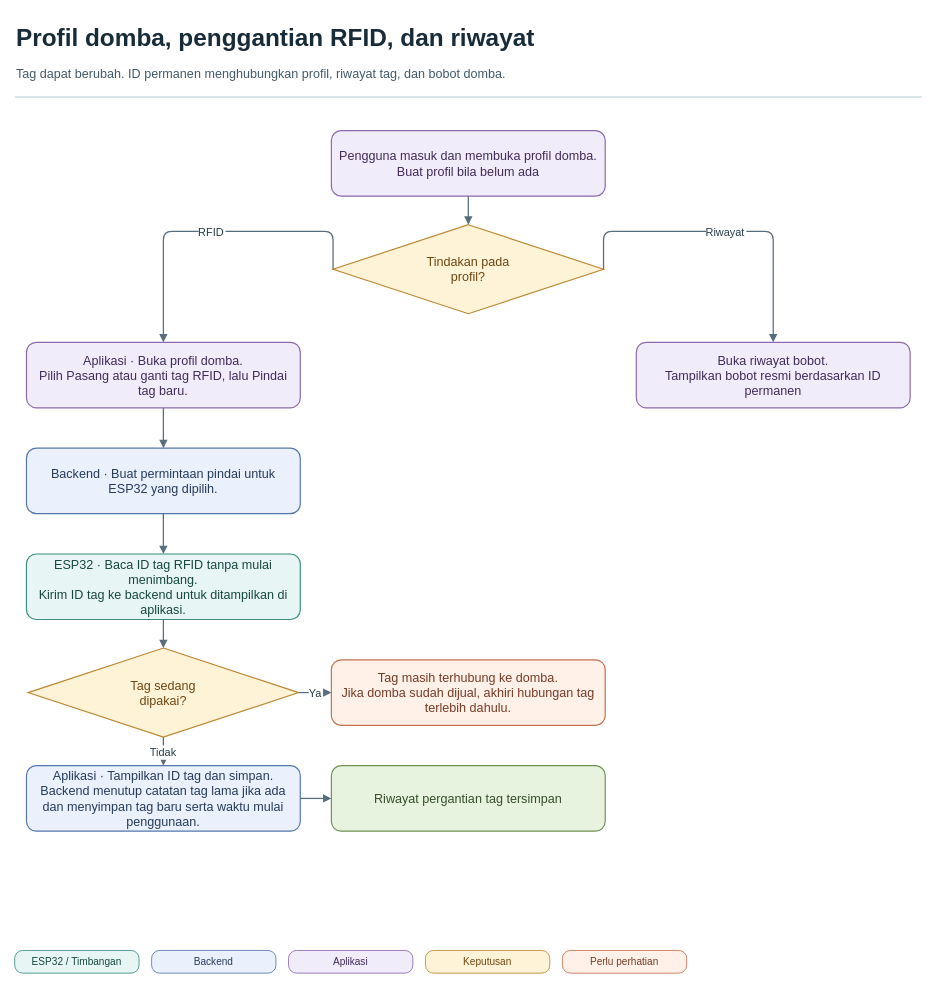
Earlier version of the draw.io diagram page "04 · Pencatatan domba" (4 of 4) of docs/sheep-weighing-flow.drawio (MuhamadHafizSaputra/final-task-hafiz). Source tidied: cells renumbered, new cells numbered last; positions are measured from the earlier drawing's top-left corner, leaving out a move shared by most shapes. Both pictures are drawn from the tidied source at 84%, with x=0, y=0 at pixel (14, 14).
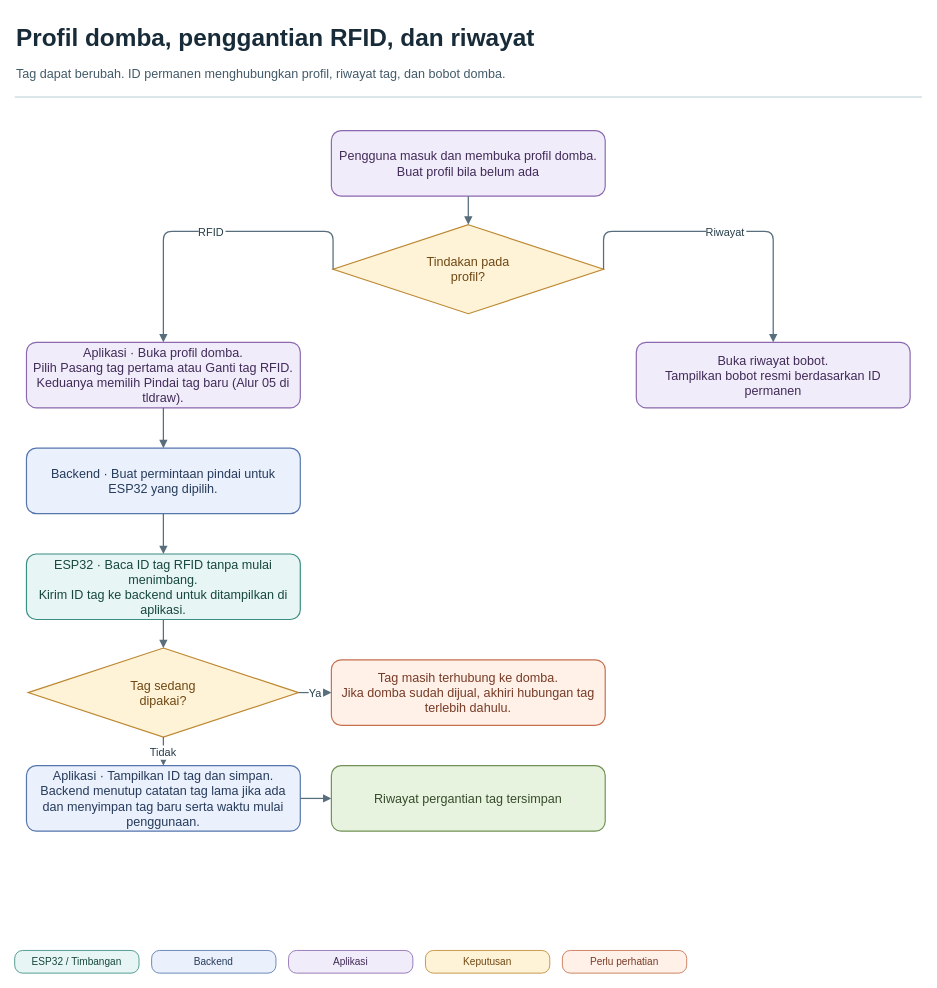
The same page after the edit.

Diff of the diagram source:
```diff
@@
-    <mxCell id="12" value="Aplikasi · Buka profil domba.&#10;Pilih Pasang atau ganti tag RFID, lalu Pindai tag baru." style="rounded=1;arcSize=15;whiteSpace=wrap;html=0;align=center;verticalAlign=middle;fontFamily=Arial;fontSize=15;spacing=7;fillColor=#F1ECFA;strokeColor=#8B68AF;strokeWidth=1.4;fontColor=#402B58;" parent="1" vertex="1">
+    <mxCell id="12" value="Aplikasi · Buka profil domba.&#10;Pilih Pasang tag pertama atau Ganti tag RFID.&#10;Keduanya memilih Pindai tag baru (Alur 05 di tldraw)." style="rounded=1;arcSize=15;whiteSpace=wrap;html=0;align=center;verticalAlign=middle;fontFamily=Arial;fontSize=15;spacing=7;fillColor=#F1ECFA;strokeColor=#8B68AF;strokeWidth=1.4;fontColor=#402B58;" parent="1" vertex="1">
       <mxGeometry x="14" y="390" width="326" height="78" as="geometry" />
     </mxCell>
```
